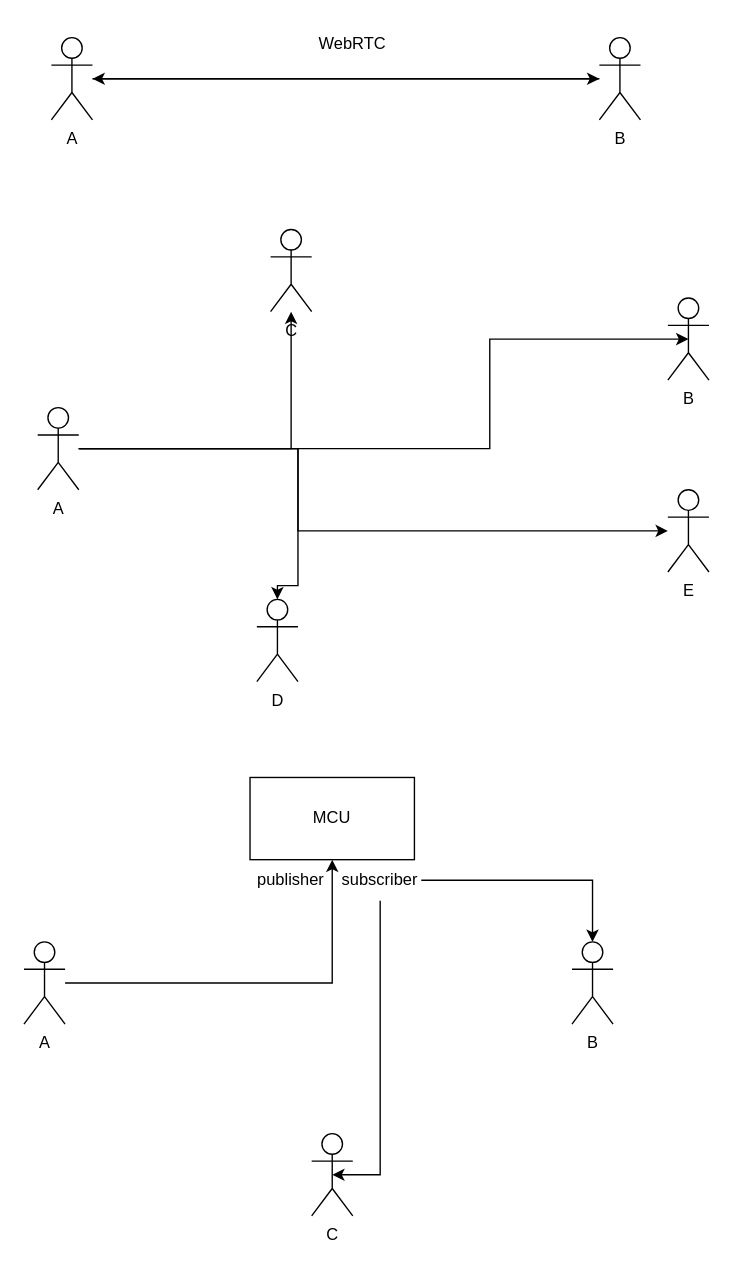
Before: Untitled Diagram.drawio in Duchieuctk41/video_call, a draw.io diagram. Source tidied: cells renumbered, new cells numbered last; positions are measured from the earlier drawing's top-left corner, leaving out a move shared by most shapes. Both pictures are drawn from the tidied source at 137%, with x=0, y=0 at pixel (23, 23).
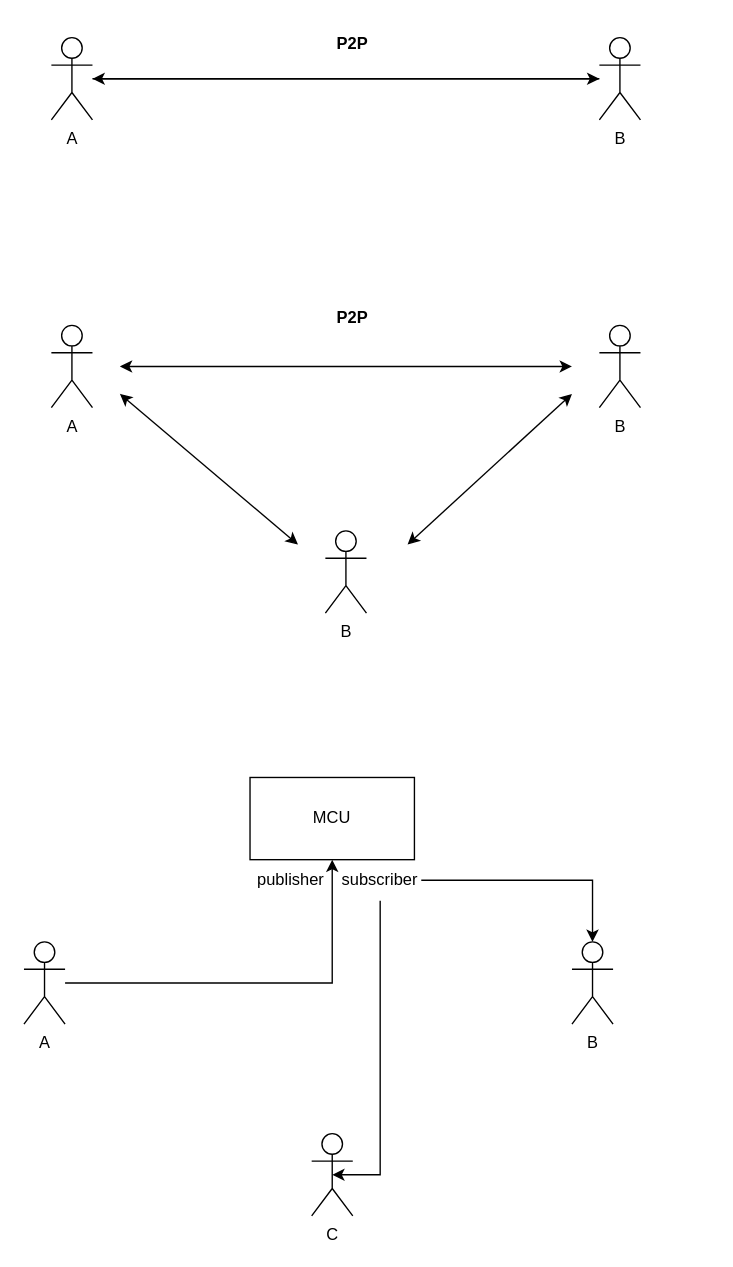
The same page after the edit.

Diff of the diagram source:
```diff
@@
-    <mxCell id="6" style="edgeStyle=orthogonalEdgeStyle;rounded=0;jettySize=auto;html=1;" parent="1" edge="1" source="10" target="15">
-      <mxGeometry relative="1" as="geometry" />
-    </mxCell>
-    <mxCell id="7" style="edgeStyle=orthogonalEdgeStyle;rounded=0;jettySize=auto;html=1;entryX=0.5;entryY=0.5;entryDx=0;entryDy=0;entryPerimeter=0;" parent="1" edge="1" source="10" target="14">
-      <mxGeometry relative="1" as="geometry">
-        <Array as="points">
-          <mxPoint x="340" y="310" />
-          <mxPoint x="340" y="230" />
-        </Array>
-      </mxGeometry>
-    </mxCell>
-    <mxCell id="8" style="edgeStyle=orthogonalEdgeStyle;rounded=0;jettySize=auto;html=1;entryX=0.5;entryY=0;entryDx=0;entryDy=0;entryPerimeter=0;" parent="1" edge="1" source="10" target="13">
-      <mxGeometry relative="1" as="geometry">
-        <Array as="points">
-          <mxPoint x="200" y="310" />
-          <mxPoint x="200" y="410" />
-          <mxPoint x="185" y="410" />
-        </Array>
-      </mxGeometry>
-    </mxCell>
-    <mxCell id="9" style="edgeStyle=orthogonalEdgeStyle;rounded=0;jettySize=auto;html=1;" parent="1" edge="1" source="10" target="11">
-      <mxGeometry relative="1" as="geometry">
-        <Array as="points">
-          <mxPoint x="200" y="310" />
-          <mxPoint x="200" y="370" />
-        </Array>
-      </mxGeometry>
-    </mxCell>
-    <mxCell id="10" value="A" style="shape=umlActor;verticalLabelPosition=bottom;verticalAlign=top;html=1;outlineConnect=0;" parent="1" vertex="1">
-      <mxGeometry x="10" y="280" width="30" height="60" as="geometry" />
-    </mxCell>
-    <mxCell id="11" value="E" style="shape=umlActor;verticalLabelPosition=bottom;verticalAlign=top;html=1;outlineConnect=0;" parent="1" vertex="1">
-      <mxGeometry x="470" y="340" width="30" height="60" as="geometry" />
-    </mxCell>
-    <mxCell id="12" value="WebRTC" style="text;html=1;strokeColor=none;fillColor=none;align=center;verticalAlign=middle;whiteSpace=wrap;rounded=0;" parent="1" vertex="1">
+    <mxCell id="12" value="&lt;b&gt;P2P&lt;/b&gt;" style="text;html=1;strokeColor=none;fillColor=none;align=center;verticalAlign=middle;whiteSpace=wrap;rounded=0;" parent="1" vertex="1">
       <mxGeometry x="210" width="60" height="30" as="geometry" />
     </mxCell>
-    <mxCell id="13" value="D" style="shape=umlActor;verticalLabelPosition=bottom;verticalAlign=top;html=1;outlineConnect=0;" parent="1" vertex="1">
-      <mxGeometry x="170" y="420" width="30" height="60" as="geometry" />
-    </mxCell>
-    <mxCell id="14" value="B" style="shape=umlActor;verticalLabelPosition=bottom;verticalAlign=top;html=1;outlineConnect=0;" parent="1" vertex="1">
-      <mxGeometry x="470" y="200" width="30" height="60" as="geometry" />
-    </mxCell>
-    <mxCell id="15" value="C" style="shape=umlActor;verticalLabelPosition=bottom;verticalAlign=top;html=1;outlineConnect=0;" parent="1" vertex="1">
-      <mxGeometry x="180" y="150" width="30" height="60" as="geometry" />
-    </mxCell>
@@
+    <mxCell id="10" value="A" style="shape=umlActor;verticalLabelPosition=bottom;verticalAlign=top;html=1;outlineConnect=0;" parent="1" vertex="1">
+      <mxGeometry x="20" y="220" width="30" height="60" as="geometry" />
+    </mxCell>
+    <mxCell id="25" value="B" style="shape=umlActor;verticalLabelPosition=bottom;verticalAlign=top;html=1;" parent="1" vertex="1">
+      <mxGeometry x="420" y="220" width="30" height="60" as="geometry" />
+    </mxCell>
+    <mxCell id="26" value="&lt;b&gt;P2P&lt;/b&gt;" style="text;html=1;strokeColor=none;fillColor=none;align=center;verticalAlign=middle;whiteSpace=wrap;rounded=0;" parent="1" vertex="1">
+      <mxGeometry x="210" y="200" width="60" height="30" as="geometry" />
+    </mxCell>
+    <mxCell id="27" value="B" style="shape=umlActor;verticalLabelPosition=bottom;verticalAlign=top;html=1;" parent="1" vertex="1">
+      <mxGeometry x="220" y="370" width="30" height="60" as="geometry" />
+    </mxCell>
+    <mxCell id="28" style="endArrow=classic;startArrow=classic;html=1;rounded=0;" parent="1" edge="1">
+      <mxGeometry relative="1" as="geometry">
+        <mxPoint x="280" y="380" as="sourcePoint" />
+        <mxPoint x="400" y="270" as="targetPoint" />
+      </mxGeometry>
+    </mxCell>
+    <mxCell id="29" style="endArrow=classic;startArrow=classic;html=1;rounded=0;" parent="1" edge="1">
+      <mxGeometry relative="1" as="geometry">
+        <mxPoint x="200" y="380" as="sourcePoint" />
+        <mxPoint x="70" y="270" as="targetPoint" />
+      </mxGeometry>
+    </mxCell>
+    <mxCell id="30" style="endArrow=classic;startArrow=classic;html=1;rounded=0;" parent="1" edge="1">
+      <mxGeometry relative="1" as="geometry">
+        <mxPoint x="70" y="250" as="sourcePoint" />
+        <mxPoint x="400" y="250" as="targetPoint" />
+      </mxGeometry>
+    </mxCell>
```
